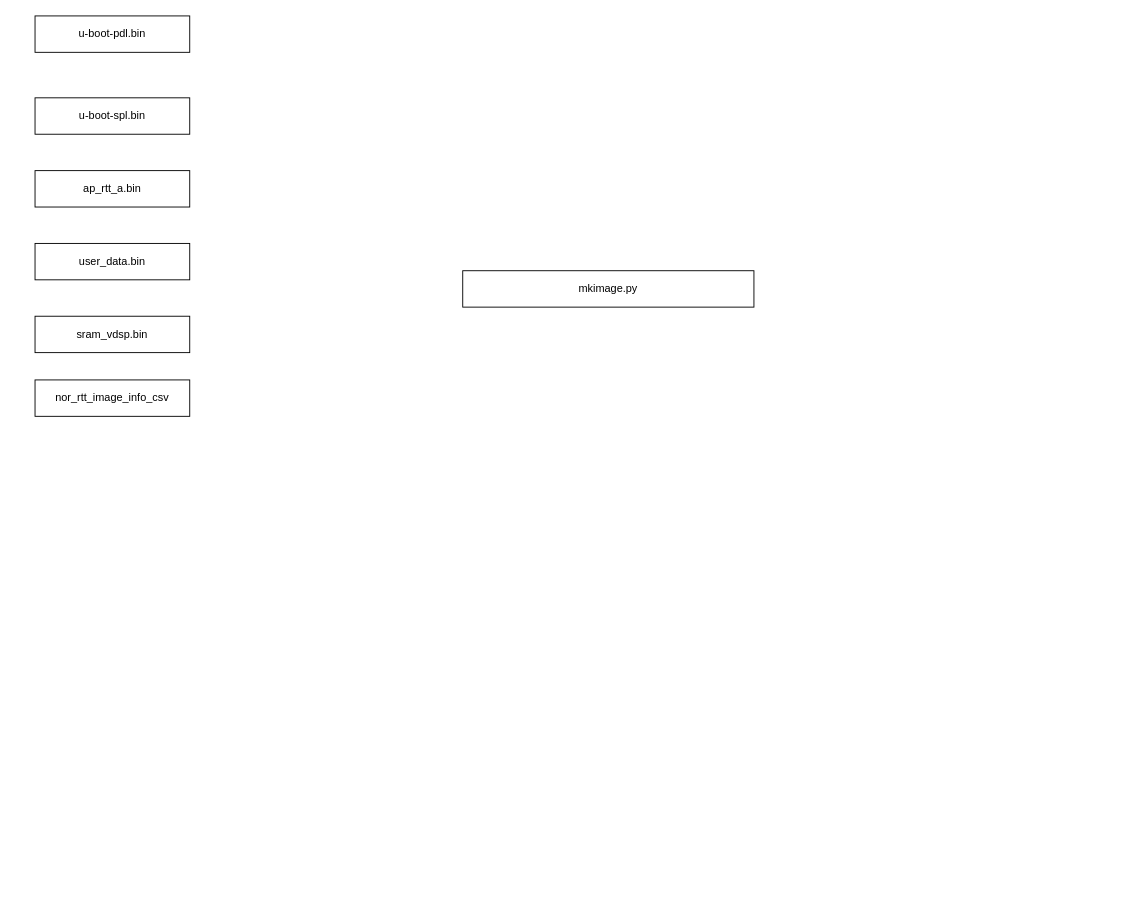
joliet0l/Diagram keeps this draw.io diagram as page "第 2 页" (2 of 2) of manga.drawio. Above is the earlier version. Source tidied: cells renumbered, new cells numbered last; positions are measured from the earlier drawing's top-left corner, leaving out a move shared by most shapes. Both pictures are drawn from the tidied source at 91%, with x=0, y=0 at pixel (35, 15).
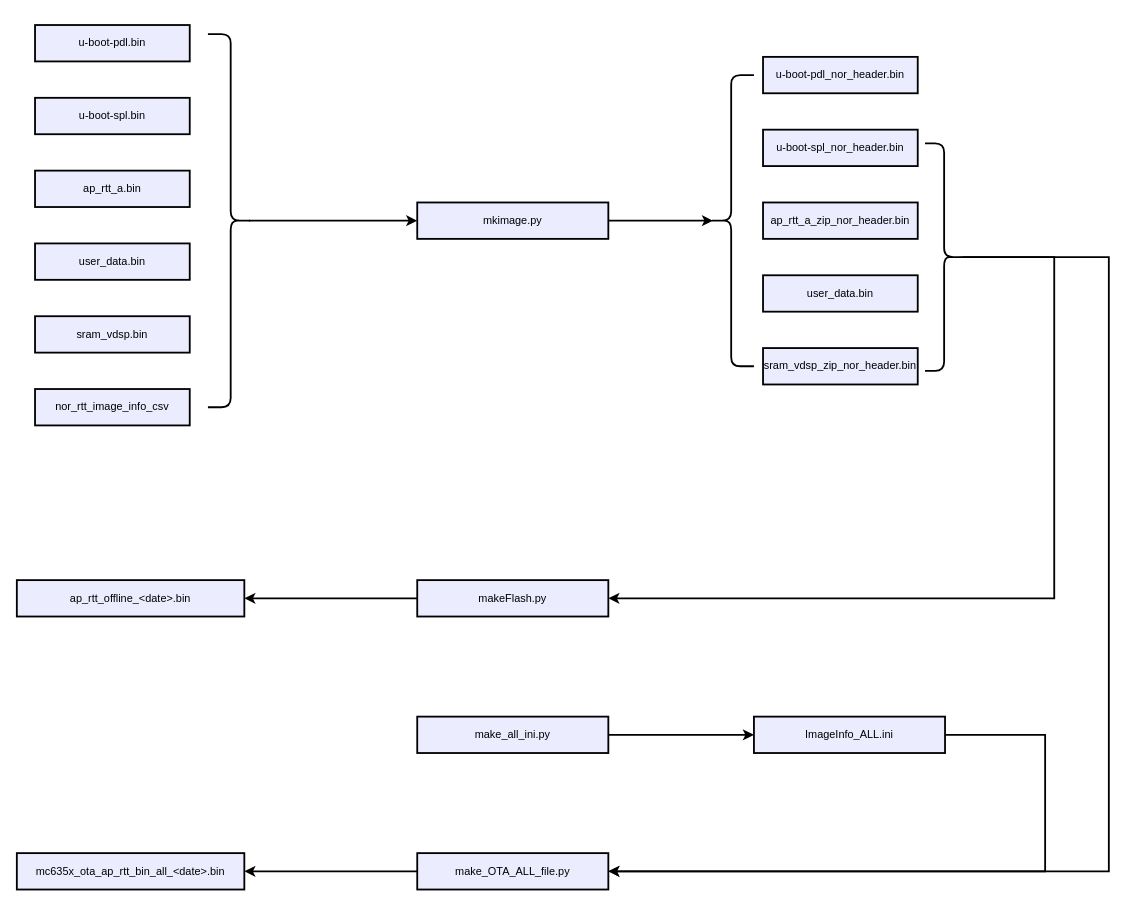
After the change.

What changed in the source:
```diff
@@
-    <mxCell id="2" value="mkimage.py" style="rounded=0;whiteSpace=wrap;html=1;" parent="1" vertex="1">
-      <mxGeometry x="470" y="280" width="320" height="40" as="geometry" />
+    <mxCell id="2" value="mkimage.py" style="rounded=0;whiteSpace=wrap;html=1;strokeWidth=2;strokeColor=light-dark(#000000,#9999FF);fillColor=#ECECFF;" parent="1" vertex="1">
+      <mxGeometry x="420" y="205" width="210" height="40" as="geometry" />
     </mxCell>
-    <mxCell id="3" value="ap_rtt_a.bin" style="rounded=0;whiteSpace=wrap;html=1;" parent="1" vertex="1">
+    <mxCell id="3" value="ap_rtt_a.bin" style="rounded=0;whiteSpace=wrap;html=1;strokeWidth=2;strokeColor=light-dark(#000000,#9999FF);fillColor=#ECECFF;" parent="1" vertex="1">
       <mxGeometry y="170" width="170" height="40" as="geometry" />
     </mxCell>
-    <mxCell id="4" value="user_data.bin" style="rounded=0;whiteSpace=wrap;html=1;" parent="1" vertex="1">
+    <mxCell id="4" value="user_data.bin" style="rounded=0;whiteSpace=wrap;html=1;strokeWidth=2;strokeColor=light-dark(#000000,#9999FF);fillColor=#ECECFF;" parent="1" vertex="1">
       <mxGeometry y="250" width="170" height="40" as="geometry" />
     </mxCell>
-    <mxCell id="5" value="sram_vdsp.bin" style="rounded=0;whiteSpace=wrap;html=1;" parent="1" vertex="1">
+    <mxCell id="5" value="sram_vdsp.bin" style="rounded=0;whiteSpace=wrap;html=1;strokeWidth=2;strokeColor=light-dark(#000000,#9999FF);fillColor=#ECECFF;" parent="1" vertex="1">
       <mxGeometry y="330" width="170" height="40" as="geometry" />
     </mxCell>
-    <mxCell id="6" value="u-boot-spl.bin" style="rounded=0;whiteSpace=wrap;html=1;" parent="1" vertex="1">
+    <mxCell id="6" value="u-boot-spl.bin" style="rounded=0;whiteSpace=wrap;html=1;strokeWidth=2;strokeColor=light-dark(#000000,#9999FF);fillColor=#ECECFF;" parent="1" vertex="1">
       <mxGeometry y="90" width="170" height="40" as="geometry" />
     </mxCell>
-    <mxCell id="7" value="u-boot-pdl.bin" style="rounded=0;whiteSpace=wrap;html=1;" parent="1" vertex="1">
-      <mxGeometry width="170" height="40" as="geometry" />
+    <mxCell id="7" value="u-boot-pdl.bin" style="rounded=0;whiteSpace=wrap;html=1;strokeWidth=2;strokeColor=light-dark(#000000,#9999FF);fillColor=#ECECFF;" parent="1" vertex="1">
+      <mxGeometry y="10" width="170" height="40" as="geometry" />
     </mxCell>
-    <mxCell id="8" value="nor_rtt_image_info_csv" style="rounded=0;whiteSpace=wrap;html=1;" parent="1" vertex="1">
-      <mxGeometry y="400" width="170" height="40" as="geometry" />
+    <mxCell id="8" value="nor_rtt_image_info_csv" style="rounded=0;whiteSpace=wrap;html=1;strokeWidth=2;strokeColor=light-dark(#000000,#9999FF);fillColor=#ECECFF;" parent="1" vertex="1">
+      <mxGeometry y="410" width="170" height="40" as="geometry" />
     </mxCell>
+    <mxCell id="9" style="shape=curlyBracket;whiteSpace=wrap;html=1;rounded=1;flipH=1;labelPosition=right;verticalLabelPosition=middle;align=left;verticalAlign=middle;legacyAnchorPoints=0;strokeWidth=2;strokeColor=light-dark(#000000,#9999FF);" parent="1" vertex="1">
+      <mxGeometry x="190" y="20" width="50" height="410" as="geometry" />
+    </mxCell>
+    <mxCell id="10" style="endArrow=classic;html=1;rounded=0;exitX=0.1;exitY=0.5;exitDx=0;exitDy=0;exitPerimeter=0;entryX=0;entryY=0.5;entryDx=0;entryDy=0;strokeWidth=2;strokeColor=light-dark(#000000,#9999FF);" parent="1" edge="1" source="9" target="2">
+      <mxGeometry relative="1" as="geometry" />
+    </mxCell>
+    <mxCell id="11" value="u-boot-pdl_nor_header.bin" style="rounded=0;whiteSpace=wrap;html=1;strokeWidth=2;strokeColor=light-dark(#000000,#9999FF);fillColor=#ECECFF;" parent="1" vertex="1">
+      <mxGeometry x="800" y="45" width="170" height="40" as="geometry" />
+    </mxCell>
+    <mxCell id="12" value="u-boot-spl_nor_header.bin" style="rounded=0;whiteSpace=wrap;html=1;strokeWidth=2;strokeColor=light-dark(#000000,#9999FF);fillColor=#ECECFF;" parent="1" vertex="1">
+      <mxGeometry x="800" y="125" width="170" height="40" as="geometry" />
+    </mxCell>
+    <mxCell id="13" value="ap_rtt_a_zip_nor_header.bin" style="rounded=0;whiteSpace=wrap;html=1;strokeWidth=2;strokeColor=light-dark(#000000,#9999FF);fillColor=#ECECFF;" parent="1" vertex="1">
+      <mxGeometry x="800" y="205" width="170" height="40" as="geometry" />
+    </mxCell>
+    <mxCell id="14" value="user_data.bin" style="rounded=0;whiteSpace=wrap;html=1;strokeWidth=2;strokeColor=light-dark(#000000,#9999FF);fillColor=#ECECFF;" parent="1" vertex="1">
+      <mxGeometry x="800" y="285" width="170" height="40" as="geometry" />
+    </mxCell>
+    <mxCell id="15" value="sram_vdsp_zip_nor_header.bin" style="rounded=0;whiteSpace=wrap;html=1;strokeWidth=2;strokeColor=light-dark(#000000,#9999FF);fillColor=#ECECFF;" parent="1" vertex="1">
+      <mxGeometry x="800" y="365" width="170" height="40" as="geometry" />
+    </mxCell>
+    <mxCell id="16" style="shape=curlyBracket;whiteSpace=wrap;html=1;rounded=1;labelPosition=left;verticalLabelPosition=middle;align=right;verticalAlign=middle;strokeWidth=2;strokeColor=light-dark(#000000,#9999FF);" parent="1" vertex="1">
+      <mxGeometry x="740" y="65" width="50" height="320" as="geometry" />
+    </mxCell>
+    <mxCell id="17" style="endArrow=classic;html=1;rounded=0;entryX=0.1;entryY=0.5;entryDx=0;entryDy=0;entryPerimeter=0;strokeWidth=2;strokeColor=light-dark(#000000,#9999FF);" parent="1" edge="1" source="2" target="16">
+      <mxGeometry relative="1" as="geometry" />
+    </mxCell>
+    <mxCell id="18" style="edgeStyle=orthogonalEdgeStyle;rounded=0;jettySize=auto;html=1;entryX=1;entryY=0.5;entryDx=0;entryDy=0;exitX=0.03;exitY=0.5;exitDx=0;exitDy=0;exitPerimeter=0;strokeWidth=2;strokeColor=light-dark(#000000,#9999FF);" parent="1" edge="1" source="20" target="22">
+      <mxGeometry relative="1" as="geometry">
+        <Array as="points">
+          <mxPoint x="1120" y="265" />
+          <mxPoint x="1120" y="640" />
+        </Array>
+      </mxGeometry>
+    </mxCell>
+    <mxCell id="19" style="edgeStyle=orthogonalEdgeStyle;rounded=0;jettySize=auto;html=1;entryX=1;entryY=0.5;entryDx=0;entryDy=0;strokeWidth=2;strokeColor=light-dark(#000000,#9999FF);exitX=0.091;exitY=0.5;exitDx=0;exitDy=0;exitPerimeter=0;" parent="1" edge="1" source="20" target="29">
+      <mxGeometry relative="1" as="geometry">
+        <Array as="points">
+          <mxPoint x="1180" y="265" />
+          <mxPoint x="1180" y="940" />
+        </Array>
+      </mxGeometry>
+    </mxCell>
+    <mxCell id="20" style="shape=curlyBracket;whiteSpace=wrap;html=1;rounded=1;flipH=1;labelPosition=right;verticalLabelPosition=middle;align=left;verticalAlign=middle;legacyAnchorPoints=0;strokeWidth=2;strokeColor=light-dark(#000000,#9999FF);" parent="1" vertex="1">
+      <mxGeometry x="978" y="140" width="42" height="250" as="geometry" />
+    </mxCell>
+    <mxCell id="21" style="edgeStyle=orthogonalEdgeStyle;rounded=0;jettySize=auto;html=1;entryX=1;entryY=0.5;entryDx=0;entryDy=0;strokeWidth=2;strokeColor=light-dark(#000000,#9999FF);" parent="1" edge="1" source="22" target="23">
+      <mxGeometry relative="1" as="geometry" />
+    </mxCell>
+    <mxCell id="22" value="makeFlash.py" style="rounded=0;whiteSpace=wrap;html=1;strokeWidth=2;strokeColor=light-dark(#000000,#9999FF);fillColor=#ECECFF;" parent="1" vertex="1">
+      <mxGeometry x="420" y="620" width="210" height="40" as="geometry" />
+    </mxCell>
+    <mxCell id="23" value="ap_rtt_offline_&amp;lt;date&amp;gt;.bin" style="rounded=0;whiteSpace=wrap;html=1;strokeWidth=2;strokeColor=light-dark(#000000,#9999FF);fillColor=#ECECFF;" parent="1" vertex="1">
+      <mxGeometry x="-20" y="620" width="250" height="40" as="geometry" />
+    </mxCell>
+    <mxCell id="24" style="edgeStyle=orthogonalEdgeStyle;rounded=0;jettySize=auto;html=1;strokeWidth=2;strokeColor=light-dark(#000000,#9999FF);" parent="1" edge="1" source="25" target="27">
+      <mxGeometry relative="1" as="geometry" />
+    </mxCell>
+    <mxCell id="25" value="make_all_ini.py" style="rounded=0;whiteSpace=wrap;html=1;strokeWidth=2;strokeColor=light-dark(#000000,#9999FF);fillColor=#ECECFF;" parent="1" vertex="1">
+      <mxGeometry x="420" y="770" width="210" height="40" as="geometry" />
+    </mxCell>
+    <mxCell id="26" style="edgeStyle=orthogonalEdgeStyle;rounded=0;jettySize=auto;html=1;entryX=1;entryY=0.5;entryDx=0;entryDy=0;strokeWidth=2;strokeColor=light-dark(#000000,#9999FF);" parent="1" edge="1" source="27" target="29">
+      <mxGeometry relative="1" as="geometry">
+        <Array as="points">
+          <mxPoint x="1110" y="790" />
+          <mxPoint x="1110" y="940" />
+        </Array>
+      </mxGeometry>
+    </mxCell>
+    <mxCell id="27" value="ImageInfo_ALL.ini" style="rounded=0;whiteSpace=wrap;html=1;strokeWidth=2;strokeColor=light-dark(#000000,#9999FF);fillColor=#ECECFF;" parent="1" vertex="1">
+      <mxGeometry x="790" y="770" width="210" height="40" as="geometry" />
+    </mxCell>
+    <mxCell id="28" style="edgeStyle=orthogonalEdgeStyle;rounded=0;jettySize=auto;html=1;entryX=1;entryY=0.5;entryDx=0;entryDy=0;strokeWidth=2;strokeColor=light-dark(#000000,#9999FF);" parent="1" edge="1" source="29" target="30">
+      <mxGeometry relative="1" as="geometry" />
+    </mxCell>
+    <mxCell id="29" value="make_OTA_ALL_file.py" style="rounded=0;whiteSpace=wrap;html=1;strokeWidth=2;strokeColor=light-dark(#000000,#9999FF);fillColor=#ECECFF;" parent="1" vertex="1">
+      <mxGeometry x="420" y="920" width="210" height="40" as="geometry" />
+    </mxCell>
+    <mxCell id="30" value="mc635x_ota_ap_rtt_bin_all_&amp;lt;date&amp;gt;.bin" style="rounded=0;whiteSpace=wrap;html=1;strokeWidth=2;strokeColor=light-dark(#000000,#9999FF);fillColor=#ECECFF;" parent="1" vertex="1">
+      <mxGeometry x="-20" y="920" width="250" height="40" as="geometry" />
+    </mxCell>
```
